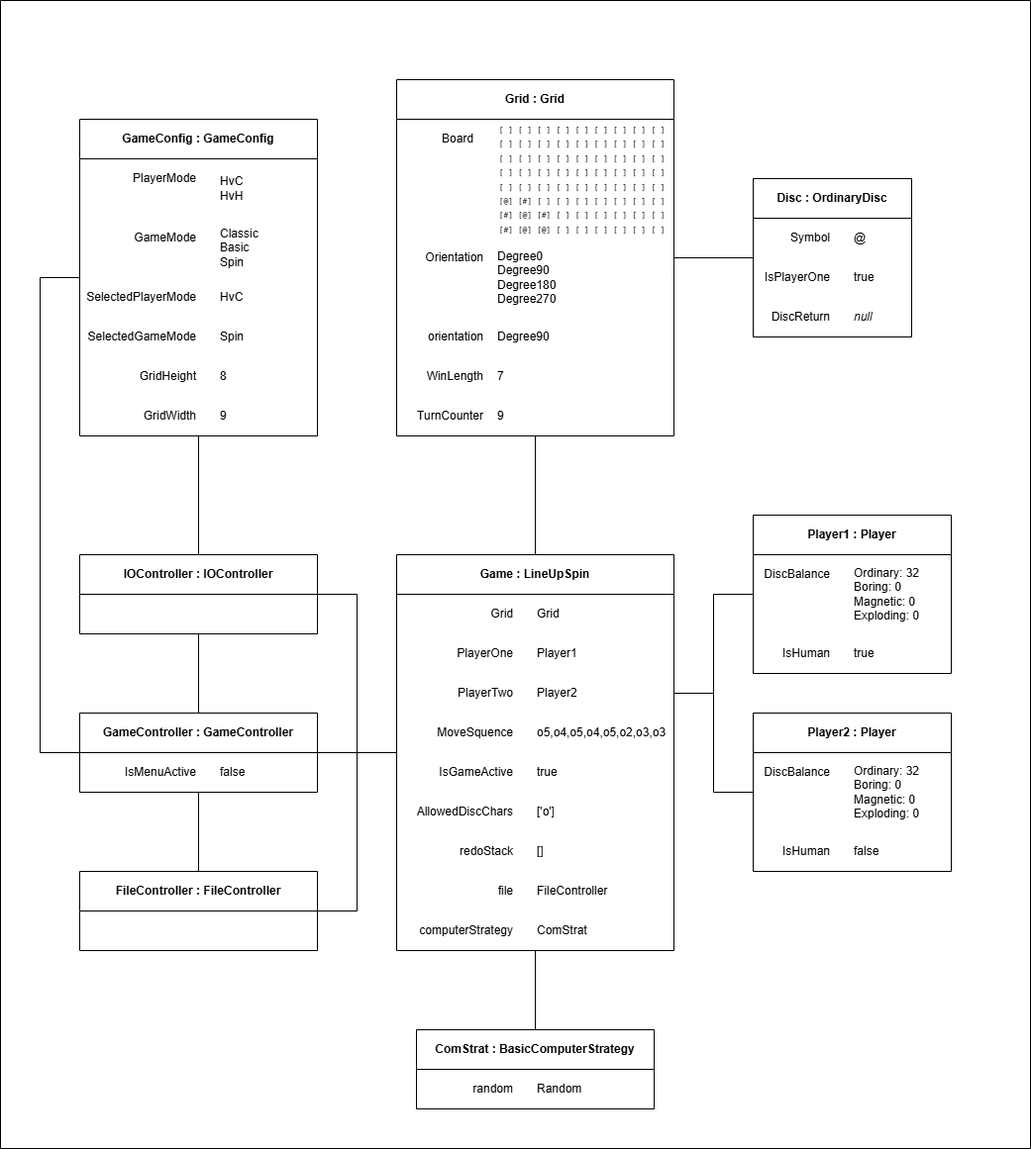
Above: diagrams/584-A2-ObjDia.drawio.png in TacNap/IFN584_A2 (draw.io), before the change. Source tidied: cells renumbered, new cells last; positions are measured from the earlier drawing's top-left corner, leaving out a move shared by most shapes.
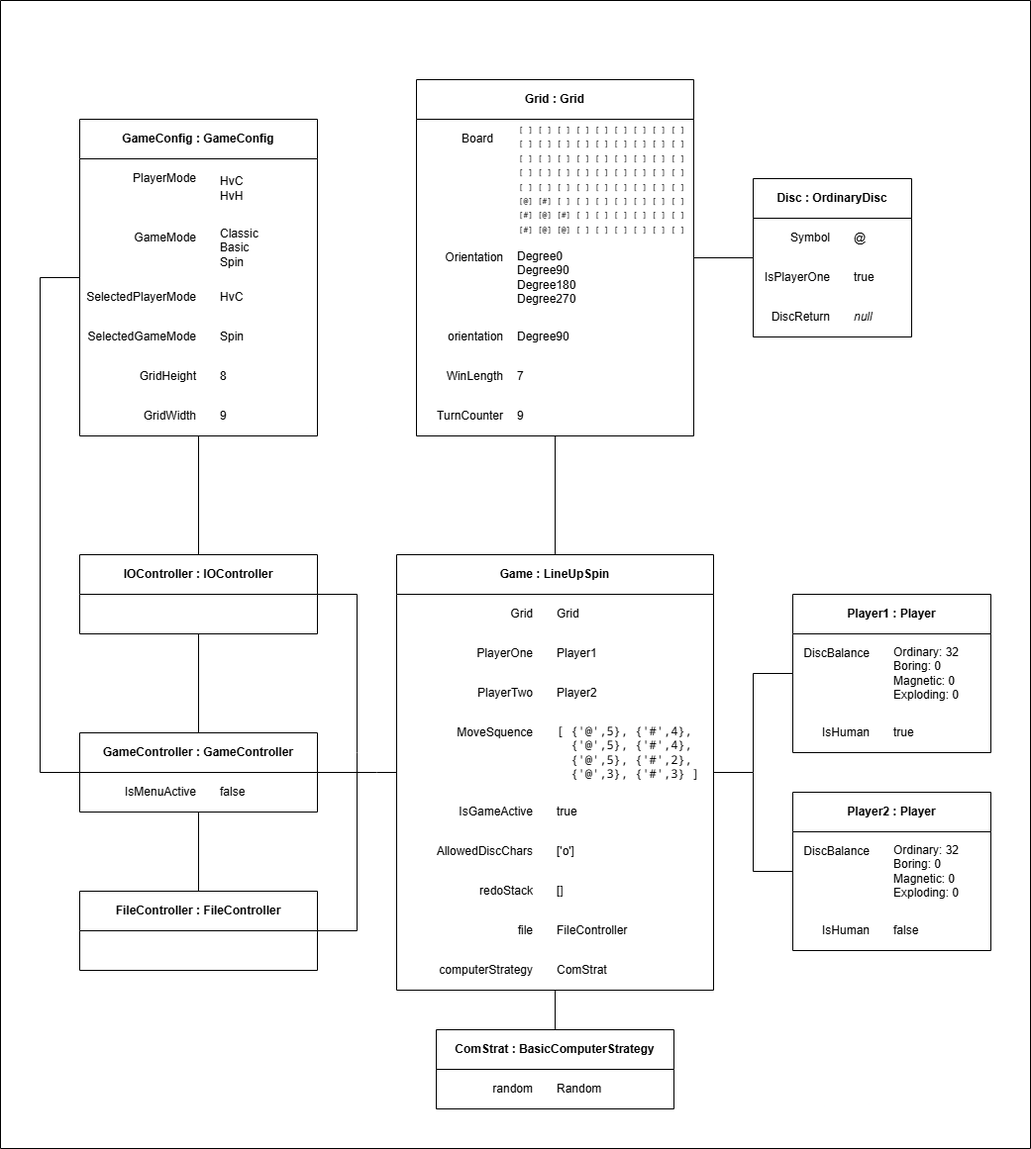
After the commit.

The edit, as a diff of the source:
```diff
@@ -30,7 +30,7 @@
       <mxGeometry relative="1" as="geometry">
         <Array as="points">
           <mxPoint x="40" y="280" />
-          <mxPoint x="40" y="760" />
+          <mxPoint x="40" y="780" />
         </Array>
       </mxGeometry>
     </mxCell>
@@ -77,7 +77,7 @@
       <mxGeometry relative="1" as="geometry" />
     </mxCell>
     <mxCell id="25" value="Grid : Grid" style="swimlane;whiteSpace=wrap;html=1;startSize=40;" parent="2" vertex="1">
-      <mxGeometry x="400" y="80" width="280" height="360" as="geometry" />
+      <mxGeometry x="420" y="80" width="280" height="360" as="geometry" />
     </mxCell>
     <mxCell id="26" value="Board" style="text;html=1;align=right;verticalAlign=middle;whiteSpace=wrap;rounded=0;" parent="25" vertex="1">
       <mxGeometry y="40" width="80" height="40" as="geometry" />
@@ -122,9 +122,9 @@
     </mxCell>
     <mxCell id="38" style="endArrow=none;html=1;rounded=0;entryX=0;entryY=0.5;entryDx=0;entryDy=0;endFill=0;" parent="2" edge="1" target="44">
       <mxGeometry relative="1" as="geometry">
-        <mxPoint x="720" y="700" as="sourcePoint" />
+        <mxPoint x="760" y="780" as="sourcePoint" />
         <Array as="points">
-          <mxPoint x="720" y="600" />
+          <mxPoint x="760" y="680" />
         </Array>
       </mxGeometry>
     </mxCell>
@@ -137,20 +137,26 @@
     <mxCell id="41" style="edgeStyle=orthogonalEdgeStyle;rounded=0;jettySize=auto;html=1;entryX=0.5;entryY=1;entryDx=0;entryDy=0;endArrow=none;endFill=0;" parent="2" edge="1" source="55" target="51">
       <mxGeometry relative="1" as="geometry" />
     </mxCell>
-    <mxCell id="42" style="edgeStyle=orthogonalEdgeStyle;rounded=0;jettySize=auto;html=1;entryX=1;entryY=0.5;entryDx=0;entryDy=0;endArrow=none;endFill=0;" parent="2" edge="1" source="56" target="51">
-      <mxGeometry relative="1" as="geometry" />
+    <mxCell id="42" style="edgeStyle=orthogonalEdgeStyle;rounded=0;jettySize=auto;html=1;entryX=1;entryY=0.5;entryDx=0;entryDy=0;endArrow=none;endFill=0;exitX=0;exitY=0.5;exitDx=0;exitDy=0;" parent="2" edge="1" source="56" target="51">
+      <mxGeometry relative="1" as="geometry">
+        <Array as="points">
+          <mxPoint x="380" y="780" />
+          <mxPoint x="380" y="780" />
+        </Array>
+      </mxGeometry>
     </mxCell>
-    <mxCell id="43" style="edgeStyle=orthogonalEdgeStyle;rounded=0;jettySize=auto;html=1;endArrow=none;endFill=0;entryX=0;entryY=0;entryDx=0;entryDy=0;" parent="2" edge="1" source="56">
+    <mxCell id="43" style="edgeStyle=orthogonalEdgeStyle;rounded=0;orthogonalLoop=1;jettySize=auto;html=1;endArrow=none;endFill=0;entryX=0;entryY=0;entryDx=0;entryDy=0;" parent="2" edge="1">
       <mxGeometry relative="1" as="geometry">
-        <mxPoint x="760" y="800" as="targetPoint" />
+        <mxPoint x="720" y="780" as="sourcePoint" />
+        <mxPoint x="800" y="880" as="targetPoint" />
         <Array as="points">
-          <mxPoint x="720" y="700" />
-          <mxPoint x="720" y="800" />
+          <mxPoint x="760" y="780" />
+          <mxPoint x="760" y="880" />
         </Array>
       </mxGeometry>
     </mxCell>
     <mxCell id="44" value="Player1 : Player" style="swimlane;whiteSpace=wrap;html=1;startSize=40;" parent="2" vertex="1">
-      <mxGeometry x="760" y="520" width="200" height="160" as="geometry" />
+      <mxGeometry x="800" y="600" width="200" height="160" as="geometry" />
     </mxCell>
     <mxCell id="45" value="DiscBalance" style="text;html=1;align=right;verticalAlign=middle;whiteSpace=wrap;rounded=0;" parent="44" vertex="1">
       <mxGeometry y="40" width="80" height="40" as="geometry" />
@@ -173,7 +179,7 @@
       <mxGeometry x="80" y="560" width="240" height="80" as="geometry" />
     </mxCell>
     <mxCell id="51" value="GameController : GameController" style="swimlane;whiteSpace=wrap;html=1;startSize=40;" parent="2" vertex="1">
-      <mxGeometry x="80" y="720" width="240" height="80" as="geometry" />
+      <mxGeometry x="80" y="740" width="240" height="80" as="geometry" />
     </mxCell>
     <mxCell id="52" value="IsMenuActive" style="text;html=1;align=right;verticalAlign=middle;whiteSpace=wrap;rounded=0;" parent="51" vertex="1">
       <mxGeometry x="40" y="40" width="80" height="40" as="geometry" />
@@ -187,67 +193,67 @@
       </mxGeometry>
     </mxCell>
     <mxCell id="55" value="FileController : FileController" style="swimlane;whiteSpace=wrap;html=1;startSize=40;" parent="2" vertex="1">
-      <mxGeometry x="80" y="880" width="240" height="80" as="geometry" />
+      <mxGeometry x="80" y="900" width="240" height="80" as="geometry" />
     </mxCell>
     <mxCell id="56" value="Game : LineUpSpin" style="swimlane;whiteSpace=wrap;html=1;startSize=40;" parent="2" vertex="1">
-      <mxGeometry x="400" y="560" width="280" height="400" as="geometry" />
+      <mxGeometry x="400" y="560" width="320" height="440" as="geometry" />
     </mxCell>
     <mxCell id="57" value="Grid" style="text;html=1;align=right;verticalAlign=middle;whiteSpace=wrap;rounded=0;" parent="56" vertex="1">
-      <mxGeometry x="40" y="40" width="80" height="40" as="geometry" />
+      <mxGeometry x="60" y="40" width="80" height="40" as="geometry" />
     </mxCell>
     <mxCell id="58" value="&lt;font&gt;&lt;span&gt;Grid&lt;/span&gt;&lt;/font&gt;" style="text;html=1;align=left;verticalAlign=middle;whiteSpace=wrap;rounded=0;fontFamily=Helvetica;fontSize=12;" parent="56" vertex="1">
-      <mxGeometry x="140" y="40" width="140" height="40" as="geometry" />
+      <mxGeometry x="160" y="40" width="140" height="40" as="geometry" />
     </mxCell>
     <mxCell id="59" value="PlayerOne" style="text;html=1;align=right;verticalAlign=middle;whiteSpace=wrap;rounded=0;fontFamily=Helvetica;" parent="56" vertex="1">
-      <mxGeometry x="40" y="80" width="80" height="40" as="geometry" />
+      <mxGeometry x="60" y="80" width="80" height="40" as="geometry" />
     </mxCell>
     <mxCell id="60" value="Player1" style="text;html=1;align=left;verticalAlign=middle;whiteSpace=wrap;rounded=0;fontFamily=Helvetica;fontSize=12;" parent="56" vertex="1">
-      <mxGeometry x="140" y="80" width="140" height="40" as="geometry" />
+      <mxGeometry x="160" y="80" width="140" height="40" as="geometry" />
     </mxCell>
     <mxCell id="61" value="PlayerTwo" style="text;html=1;align=right;verticalAlign=middle;whiteSpace=wrap;rounded=0;fontFamily=Helvetica;" parent="56" vertex="1">
-      <mxGeometry x="40" y="120" width="80" height="40" as="geometry" />
+      <mxGeometry x="60" y="120" width="80" height="40" as="geometry" />
     </mxCell>
     <mxCell id="62" value="MoveSquence" style="text;html=1;align=right;verticalAlign=middle;whiteSpace=wrap;rounded=0;fontFamily=Helvetica;" parent="56" vertex="1">
-      <mxGeometry x="40" y="160" width="80" height="40" as="geometry" />
+      <mxGeometry x="60" y="160" width="80" height="40" as="geometry" />
     </mxCell>
     <mxCell id="63" value="IsGameActive" style="text;html=1;align=right;verticalAlign=middle;whiteSpace=wrap;rounded=0;fontFamily=Helvetica;" parent="56" vertex="1">
-      <mxGeometry y="200" width="120" height="40" as="geometry" />
+      <mxGeometry x="20" y="240" width="120" height="40" as="geometry" />
     </mxCell>
     <mxCell id="64" value="Player2" style="text;html=1;align=left;verticalAlign=middle;whiteSpace=wrap;rounded=0;fontFamily=Helvetica;fontSize=12;" parent="56" vertex="1">
-      <mxGeometry x="140" y="120" width="140" height="40" as="geometry" />
+      <mxGeometry x="160" y="120" width="140" height="40" as="geometry" />
     </mxCell>
-    <mxCell id="65" value="o5,o4,o5,o4,o5,o2,o3,o3" style="text;html=1;align=left;verticalAlign=middle;whiteSpace=wrap;rounded=0;fontFamily=Helvetica;fontSize=12;" parent="56" vertex="1">
-      <mxGeometry x="140" y="160" width="140" height="40" as="geometry" />
+    <mxCell id="65" value="&lt;div&gt;&lt;font face=&quot;Noto Sans Mono&quot;&gt;[&amp;nbsp;&lt;span style=&quot;background-color: transparent; color: light-dark(rgb(0, 0, 0), rgb(255, 255, 255));&quot;&gt;{'@',5},&amp;nbsp;&lt;/span&gt;&lt;span style=&quot;background-color: transparent; color: light-dark(rgb(0, 0, 0), rgb(255, 255, 255));&quot;&gt;{'#',4},&lt;/span&gt;&lt;/font&gt;&lt;/div&gt;&lt;div&gt;&lt;font face=&quot;Noto Sans Mono&quot;&gt;&lt;span style=&quot;background-color: transparent; color: light-dark(rgb(0, 0, 0), rgb(255, 255, 255));&quot;&gt;&amp;nbsp; {'@',5},&amp;nbsp;&lt;/span&gt;&lt;span style=&quot;background-color: transparent; color: light-dark(rgb(0, 0, 0), rgb(255, 255, 255));&quot;&gt;{'#',4},&lt;/span&gt;&lt;/font&gt;&lt;/div&gt;&lt;div&gt;&lt;font face=&quot;Noto Sans Mono&quot;&gt;&lt;span style=&quot;background-color: transparent; color: light-dark(rgb(0, 0, 0), rgb(255, 255, 255));&quot;&gt;&amp;nbsp; {'@',5},&amp;nbsp;&lt;/span&gt;&lt;span style=&quot;background-color: transparent; color: light-dark(rgb(0, 0, 0), rgb(255, 255, 255));&quot;&gt;{'#',2},&lt;/span&gt;&lt;/font&gt;&lt;/div&gt;&lt;div&gt;&lt;font face=&quot;Noto Sans Mono&quot;&gt;&lt;span style=&quot;background-color: transparent; color: light-dark(rgb(0, 0, 0), rgb(255, 255, 255));&quot;&gt;&amp;nbsp;&amp;nbsp;&lt;/span&gt;&lt;span style=&quot;background-color: transparent; color: light-dark(rgb(0, 0, 0), rgb(255, 255, 255));&quot;&gt;{'@',3},&amp;nbsp;&lt;/span&gt;&lt;span style=&quot;background-color: transparent; color: light-dark(rgb(0, 0, 0), rgb(255, 255, 255));&quot;&gt;{'#',3}&amp;nbsp;&lt;/span&gt;&lt;span style=&quot;background-color: transparent; color: light-dark(rgb(0, 0, 0), rgb(255, 255, 255));&quot;&gt;]&lt;/span&gt;&lt;/font&gt;&lt;/div&gt;" style="text;html=1;align=left;verticalAlign=middle;whiteSpace=wrap;rounded=0;fontFamily=Helvetica;fontSize=12;" parent="56" vertex="1">
+      <mxGeometry x="160" y="160" width="160" height="80" as="geometry" />
     </mxCell>
     <mxCell id="66" value="true" style="text;html=1;align=left;verticalAlign=middle;whiteSpace=wrap;rounded=0;fontFamily=Helvetica;fontSize=12;" parent="56" vertex="1">
-      <mxGeometry x="140" y="200" width="140" height="40" as="geometry" />
+      <mxGeometry x="160" y="240" width="140" height="40" as="geometry" />
     </mxCell>
     <mxCell id="67" value="AllowedDiscChars" style="text;html=1;align=right;verticalAlign=middle;whiteSpace=wrap;rounded=0;fontFamily=Helvetica;" parent="56" vertex="1">
-      <mxGeometry y="240" width="120" height="40" as="geometry" />
+      <mxGeometry x="20" y="280" width="120" height="40" as="geometry" />
     </mxCell>
     <mxCell id="68" value="['o']" style="text;html=1;align=left;verticalAlign=middle;whiteSpace=wrap;rounded=0;fontFamily=Helvetica;fontSize=12;" parent="56" vertex="1">
-      <mxGeometry x="140" y="240" width="140" height="40" as="geometry" />
+      <mxGeometry x="160" y="280" width="140" height="40" as="geometry" />
     </mxCell>
     <mxCell id="69" value="redoStack" style="text;html=1;align=right;verticalAlign=middle;whiteSpace=wrap;rounded=0;fontFamily=Helvetica;" parent="56" vertex="1">
-      <mxGeometry y="280" width="120" height="40" as="geometry" />
+      <mxGeometry x="20" y="320" width="120" height="40" as="geometry" />
     </mxCell>
     <mxCell id="70" value="[]" style="text;html=1;align=left;verticalAlign=middle;whiteSpace=wrap;rounded=0;fontFamily=Helvetica;fontSize=12;" parent="56" vertex="1">
-      <mxGeometry x="140" y="280" width="140" height="40" as="geometry" />
+      <mxGeometry x="160" y="320" width="140" height="40" as="geometry" />
     </mxCell>
     <mxCell id="71" value="file" style="text;html=1;align=right;verticalAlign=middle;whiteSpace=wrap;rounded=0;fontFamily=Helvetica;" parent="56" vertex="1">
-      <mxGeometry y="320" width="120" height="40" as="geometry" />
+      <mxGeometry x="20" y="360" width="120" height="40" as="geometry" />
     </mxCell>
     <mxCell id="72" value="FileController" style="text;html=1;align=left;verticalAlign=middle;whiteSpace=wrap;rounded=0;fontFamily=Helvetica;fontSize=12;" parent="56" vertex="1">
-      <mxGeometry x="140" y="320" width="140" height="40" as="geometry" />
+      <mxGeometry x="160" y="360" width="140" height="40" as="geometry" />
     </mxCell>
     <mxCell id="73" value="computerStrategy" style="text;html=1;align=right;verticalAlign=middle;whiteSpace=wrap;rounded=0;fontFamily=Helvetica;" parent="56" vertex="1">
-      <mxGeometry y="360" width="120" height="40" as="geometry" />
+      <mxGeometry x="20" y="400" width="120" height="40" as="geometry" />
     </mxCell>
     <mxCell id="74" value="ComStrat" style="text;html=1;align=left;verticalAlign=middle;whiteSpace=wrap;rounded=0;fontFamily=Helvetica;fontSize=12;" parent="56" vertex="1">
-      <mxGeometry x="140" y="360" width="140" height="40" as="geometry" />
+      <mxGeometry x="160" y="400" width="140" height="40" as="geometry" />
     </mxCell>
     <mxCell id="75" value="ComStrat : BasicComputerStrategy" style="swimlane;whiteSpace=wrap;html=1;startSize=40;" parent="2" vertex="1">
-      <mxGeometry x="420" y="1040" width="240" height="80" as="geometry" />
+      <mxGeometry x="440" y="1040" width="240" height="80" as="geometry" />
     </mxCell>
     <mxCell id="76" value="random" style="text;html=1;align=right;verticalAlign=middle;whiteSpace=wrap;rounded=0;" parent="75" vertex="1">
       <mxGeometry x="20" y="40" width="80" height="40" as="geometry" />
@@ -256,7 +262,7 @@
       <mxGeometry x="120" y="40" width="60" height="40" as="geometry" />
     </mxCell>
     <mxCell id="78" value="Player2 : Player" style="swimlane;whiteSpace=wrap;html=1;startSize=40;" parent="2" vertex="1">
-      <mxGeometry x="760" y="720" width="200" height="160" as="geometry" />
+      <mxGeometry x="800" y="800" width="200" height="160" as="geometry" />
     </mxCell>
     <mxCell id="79" value="DiscBalance" style="text;html=1;align=right;verticalAlign=middle;whiteSpace=wrap;rounded=0;" parent="78" vertex="1">
       <mxGeometry y="40" width="80" height="40" as="geometry" />
```
